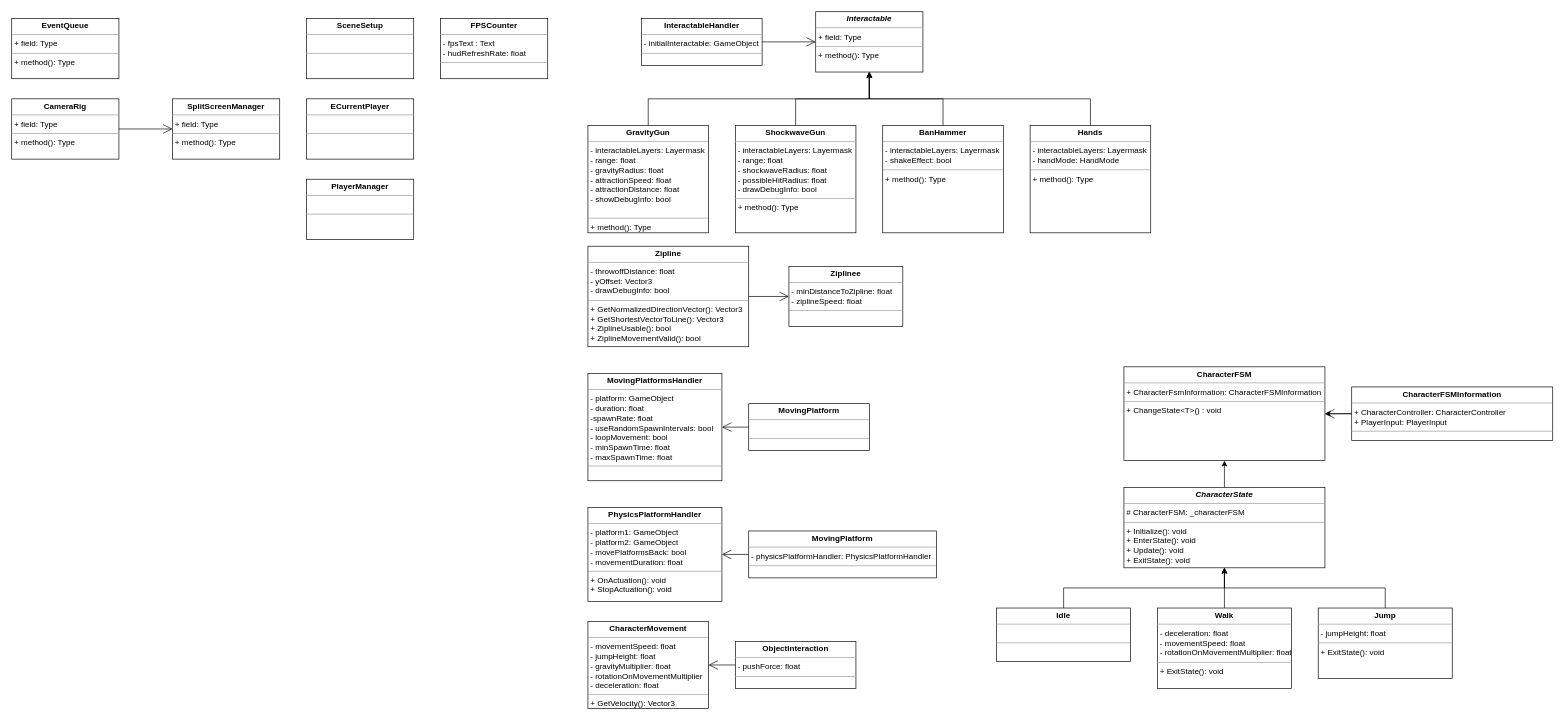
Earlier version of the draw.io diagram Documents/CodeStructure.drawio (Bram-Reuling/InternetAdventures). Source tidied: cells renumbered, new cells numbered last; positions are measured from the earlier drawing's top-left corner, leaving out a move shared by most shapes. Both pictures are drawn from the tidied source at 67%, with x=0, y=0 at pixel (11, 11).
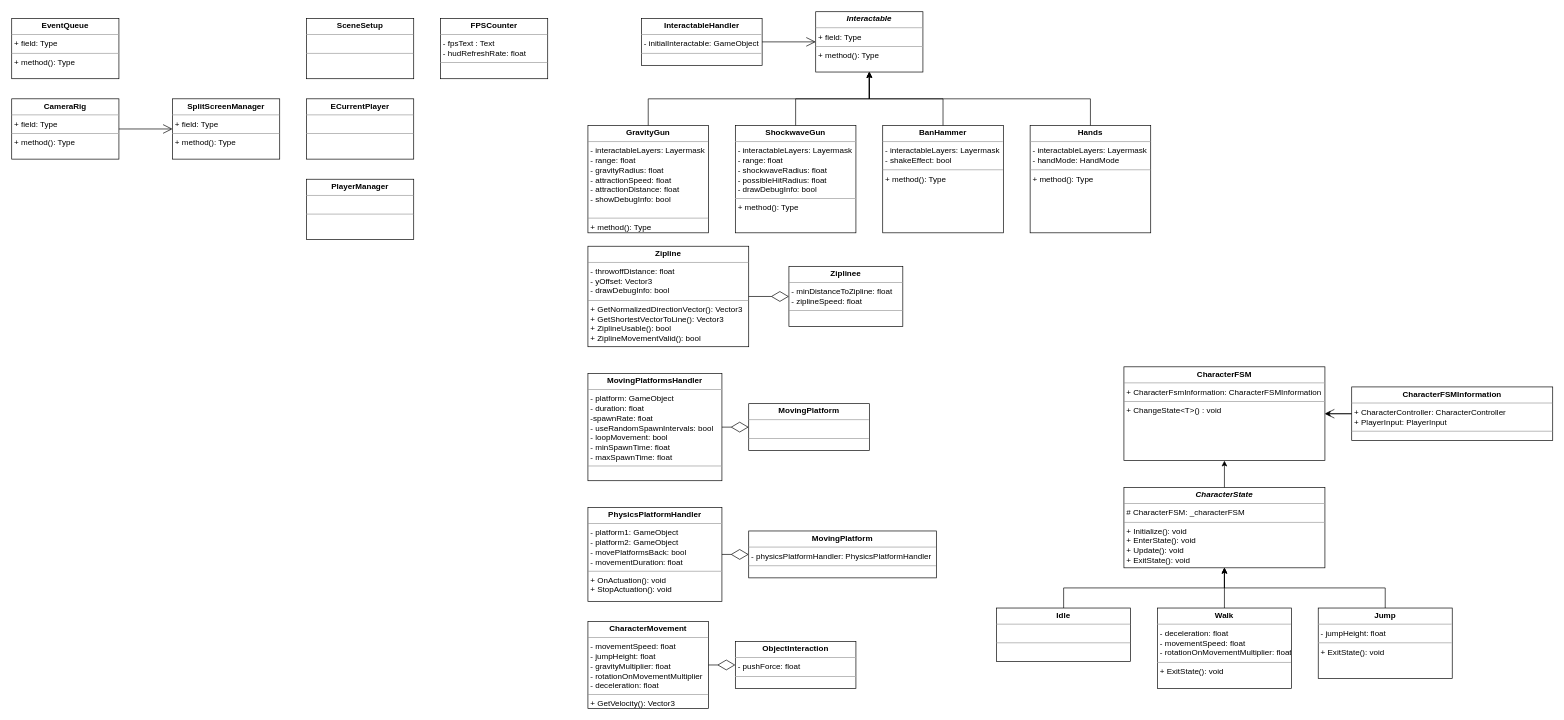
After the change.

Unchanged cells that the change refers to:
```xml
<mxCell id="4" value="&lt;p style=&quot;margin: 0px ; margin-top: 4px ; text-align: center&quot;&gt;&lt;b&gt;CharacterMovement&lt;/b&gt;&lt;/p&gt;&lt;hr size=&quot;1&quot;&gt;&lt;p style=&quot;margin: 0px ; margin-left: 4px&quot;&gt;- movementSpeed: float&lt;/p&gt;&lt;p style=&quot;margin: 0px ; margin-left: 4px&quot;&gt;- jumpHeight: float&lt;/p&gt;&lt;p style=&quot;margin: 0px ; margin-left: 4px&quot;&gt;- gravityMultiplier: float&lt;/p&gt;&lt;p style=&quot;margin: 0px ; margin-left: 4px&quot;&gt;- rotationOnMovementMultiplier&lt;/p&gt;&lt;p style=&quot;margin: 0px ; margin-left: 4px&quot;&gt;- deceleration: float&lt;/p&gt;&lt;hr size=&quot;1&quot;&gt;&lt;p style=&quot;margin: 0px ; margin-left: 4px&quot;&gt;+ GetVelocity(): Vector3&lt;/p&gt;" style="verticalAlign=top;align=left;overflow=fill;fontSize=12;fontFamily=Helvetica;html=1;" parent="1" vertex="1">
  <mxGeometry x="860" y="910" width="180" height="130" as="geometry" />
</mxCell>
<mxCell id="17" value="&lt;p style=&quot;margin: 0px ; margin-top: 4px ; text-align: center&quot;&gt;&lt;b&gt;Zipline&lt;/b&gt;&lt;/p&gt;&lt;hr size=&quot;1&quot;&gt;&lt;p style=&quot;margin: 0px ; margin-left: 4px&quot;&gt;- throwoffDistance: float&lt;/p&gt;&lt;p style=&quot;margin: 0px ; margin-left: 4px&quot;&gt;- yOffset: Vector3&lt;/p&gt;&lt;p style=&quot;margin: 0px ; margin-left: 4px&quot;&gt;- drawDebugInfo: bool&lt;/p&gt;&lt;hr size=&quot;1&quot;&gt;&lt;p style=&quot;margin: 0px ; margin-left: 4px&quot;&gt;+ GetNormalizedDirectionVector(): Vector3&lt;/p&gt;&lt;p style=&quot;margin: 0px ; margin-left: 4px&quot;&gt;+ GetShortestVectorToLine(): Vector3&lt;/p&gt;&lt;p style=&quot;margin: 0px ; margin-left: 4px&quot;&gt;+ ZiplineUsable(): bool&lt;/p&gt;&lt;p style=&quot;margin: 0px ; margin-left: 4px&quot;&gt;+ ZiplineMovementValid(): bool&lt;/p&gt;" style="verticalAlign=top;align=left;overflow=fill;fontSize=12;fontFamily=Helvetica;html=1;" parent="1" vertex="1">
  <mxGeometry x="860" y="350" width="240" height="150" as="geometry" />
</mxCell>
<mxCell id="18" value="&lt;p style=&quot;margin: 0px ; margin-top: 4px ; text-align: center&quot;&gt;&lt;b&gt;Ziplinee&lt;/b&gt;&lt;/p&gt;&lt;hr size=&quot;1&quot;&gt;&lt;p style=&quot;margin: 0px ; margin-left: 4px&quot;&gt;- minDistanceToZipline: float&lt;/p&gt;&lt;p style=&quot;margin: 0px ; margin-left: 4px&quot;&gt;- ziplineSpeed: float&lt;/p&gt;&lt;hr size=&quot;1&quot;&gt;&lt;p style=&quot;margin: 0px ; margin-left: 4px&quot;&gt;&lt;br&gt;&lt;/p&gt;" style="verticalAlign=top;align=left;overflow=fill;fontSize=12;fontFamily=Helvetica;html=1;" parent="1" vertex="1">
  <mxGeometry x="1160" y="380" width="170" height="90" as="geometry" />
</mxCell>
<mxCell id="22" value="&lt;p style=&quot;margin: 0px ; margin-top: 4px ; text-align: center&quot;&gt;&lt;b&gt;ObjectInteraction&lt;/b&gt;&lt;/p&gt;&lt;hr size=&quot;1&quot;&gt;&lt;p style=&quot;margin: 0px ; margin-left: 4px&quot;&gt;- pushForce: float&lt;/p&gt;&lt;hr size=&quot;1&quot;&gt;&lt;p style=&quot;margin: 0px ; margin-left: 4px&quot;&gt;&lt;br&gt;&lt;/p&gt;" style="verticalAlign=top;align=left;overflow=fill;fontSize=12;fontFamily=Helvetica;html=1;" parent="1" vertex="1">
  <mxGeometry x="1080" y="940" width="180" height="70" as="geometry" />
</mxCell>
<mxCell id="24" value="&lt;p style=&quot;margin: 0px ; margin-top: 4px ; text-align: center&quot;&gt;&lt;b&gt;MovingPlatformsHandler&lt;/b&gt;&lt;/p&gt;&lt;hr size=&quot;1&quot;&gt;&lt;p style=&quot;margin: 0px ; margin-left: 4px&quot;&gt;- platform: GameObject&lt;/p&gt;&lt;p style=&quot;margin: 0px ; margin-left: 4px&quot;&gt;- duration: float&lt;/p&gt;&lt;p style=&quot;margin: 0px ; margin-left: 4px&quot;&gt;-spawnRate: float&lt;/p&gt;&lt;p style=&quot;margin: 0px ; margin-left: 4px&quot;&gt;- useRandomSpawnIntervals: bool&lt;/p&gt;&lt;p style=&quot;margin: 0px ; margin-left: 4px&quot;&gt;- loopMovement: bool&lt;/p&gt;&lt;p style=&quot;margin: 0px ; margin-left: 4px&quot;&gt;- minSpawnTime: float&lt;/p&gt;&lt;p style=&quot;margin: 0px ; margin-left: 4px&quot;&gt;- maxSpawnTime: float&lt;/p&gt;&lt;hr size=&quot;1&quot;&gt;&lt;p style=&quot;margin: 0px ; margin-left: 4px&quot;&gt;&lt;br&gt;&lt;/p&gt;" style="verticalAlign=top;align=left;overflow=fill;fontSize=12;fontFamily=Helvetica;html=1;" parent="1" vertex="1">
  <mxGeometry x="860" y="540" width="200" height="160" as="geometry" />
</mxCell>
<mxCell id="25" value="&lt;p style=&quot;margin: 0px ; margin-top: 4px ; text-align: center&quot;&gt;&lt;b&gt;MovingPlatform&lt;/b&gt;&lt;/p&gt;&lt;hr size=&quot;1&quot;&gt;&lt;p style=&quot;margin: 0px ; margin-left: 4px&quot;&gt;&lt;br&gt;&lt;/p&gt;&lt;hr size=&quot;1&quot;&gt;&lt;p style=&quot;margin: 0px ; margin-left: 4px&quot;&gt;&lt;br&gt;&lt;/p&gt;" style="verticalAlign=top;align=left;overflow=fill;fontSize=12;fontFamily=Helvetica;html=1;" parent="1" vertex="1">
  <mxGeometry x="1100" y="585" width="180" height="70" as="geometry" />
</mxCell>
<mxCell id="27" value="&lt;p style=&quot;margin: 0px ; margin-top: 4px ; text-align: center&quot;&gt;&lt;b&gt;PhysicsPlatformHandler&lt;/b&gt;&lt;/p&gt;&lt;hr size=&quot;1&quot;&gt;&lt;p style=&quot;margin: 0px ; margin-left: 4px&quot;&gt;- platform1: GameObject&lt;/p&gt;&lt;p style=&quot;margin: 0px ; margin-left: 4px&quot;&gt;- platform2: GameObject&lt;/p&gt;&lt;p style=&quot;margin: 0px ; margin-left: 4px&quot;&gt;- movePlatformsBack: bool&lt;/p&gt;&lt;p style=&quot;margin: 0px ; margin-left: 4px&quot;&gt;- movementDuration: float&lt;/p&gt;&lt;hr size=&quot;1&quot;&gt;&lt;p style=&quot;margin: 0px ; margin-left: 4px&quot;&gt;+ OnActuation(): void&lt;/p&gt;&lt;p style=&quot;margin: 0px ; margin-left: 4px&quot;&gt;+ StopActuation(): void&lt;/p&gt;" style="verticalAlign=top;align=left;overflow=fill;fontSize=12;fontFamily=Helvetica;html=1;" parent="1" vertex="1">
  <mxGeometry x="860" y="740" width="200" height="140" as="geometry" />
</mxCell>
<mxCell id="28" value="&lt;p style=&quot;margin: 0px ; margin-top: 4px ; text-align: center&quot;&gt;&lt;b&gt;MovingPlatform&lt;/b&gt;&lt;/p&gt;&lt;hr size=&quot;1&quot;&gt;&lt;p style=&quot;margin: 0px ; margin-left: 4px&quot;&gt;- physicsPlatformHandler: PhysicsPlatformHandler&lt;/p&gt;&lt;hr size=&quot;1&quot;&gt;&lt;p style=&quot;margin: 0px ; margin-left: 4px&quot;&gt;&lt;br&gt;&lt;/p&gt;" style="verticalAlign=top;align=left;overflow=fill;fontSize=12;fontFamily=Helvetica;html=1;" parent="1" vertex="1">
  <mxGeometry x="1100" y="775" width="280" height="70" as="geometry" />
</mxCell>
```

The edit, as a diff of the source:
```diff
@@
-    <mxCell id="19" style="endArrow=open;endFill=1;endSize=12;html=1;" parent="1" edge="1" source="17" target="18">
-      <mxGeometry relative="1" as="geometry" />
-    </mxCell>
@@
-    <mxCell id="23" style="endArrow=open;endFill=1;endSize=12;html=1;" parent="1" edge="1" source="22" target="4">
-      <mxGeometry relative="1" as="geometry" />
-    </mxCell>
@@
-    <mxCell id="26" style="endArrow=open;endFill=1;endSize=12;html=1;" parent="1" edge="1" source="25" target="24">
-      <mxGeometry relative="1" as="geometry" />
-    </mxCell>
@@
-    <mxCell id="29" style="endArrow=open;endFill=1;endSize=12;html=1;" parent="1" edge="1" source="28" target="27">
-      <mxGeometry relative="1" as="geometry" />
-    </mxCell>
@@
+    <mxCell id="45" style="endArrow=diamondThin;endFill=0;endSize=24;html=1;" parent="1" edge="1" source="27" target="28">
+      <mxGeometry relative="1" as="geometry" />
+    </mxCell>
+    <mxCell id="46" style="endArrow=diamondThin;endFill=0;endSize=24;html=1;" parent="1" edge="1" source="4" target="22">
+      <mxGeometry relative="1" as="geometry" />
+    </mxCell>
+    <mxCell id="47" style="endArrow=diamondThin;endFill=0;endSize=24;html=1;" parent="1" edge="1" source="24" target="25">
+      <mxGeometry relative="1" as="geometry" />
+    </mxCell>
+    <mxCell id="19" style="endArrow=diamondThin;endFill=0;endSize=24;html=1;" parent="1" edge="1" source="17" target="18">
+      <mxGeometry relative="1" as="geometry" />
+    </mxCell>
```
